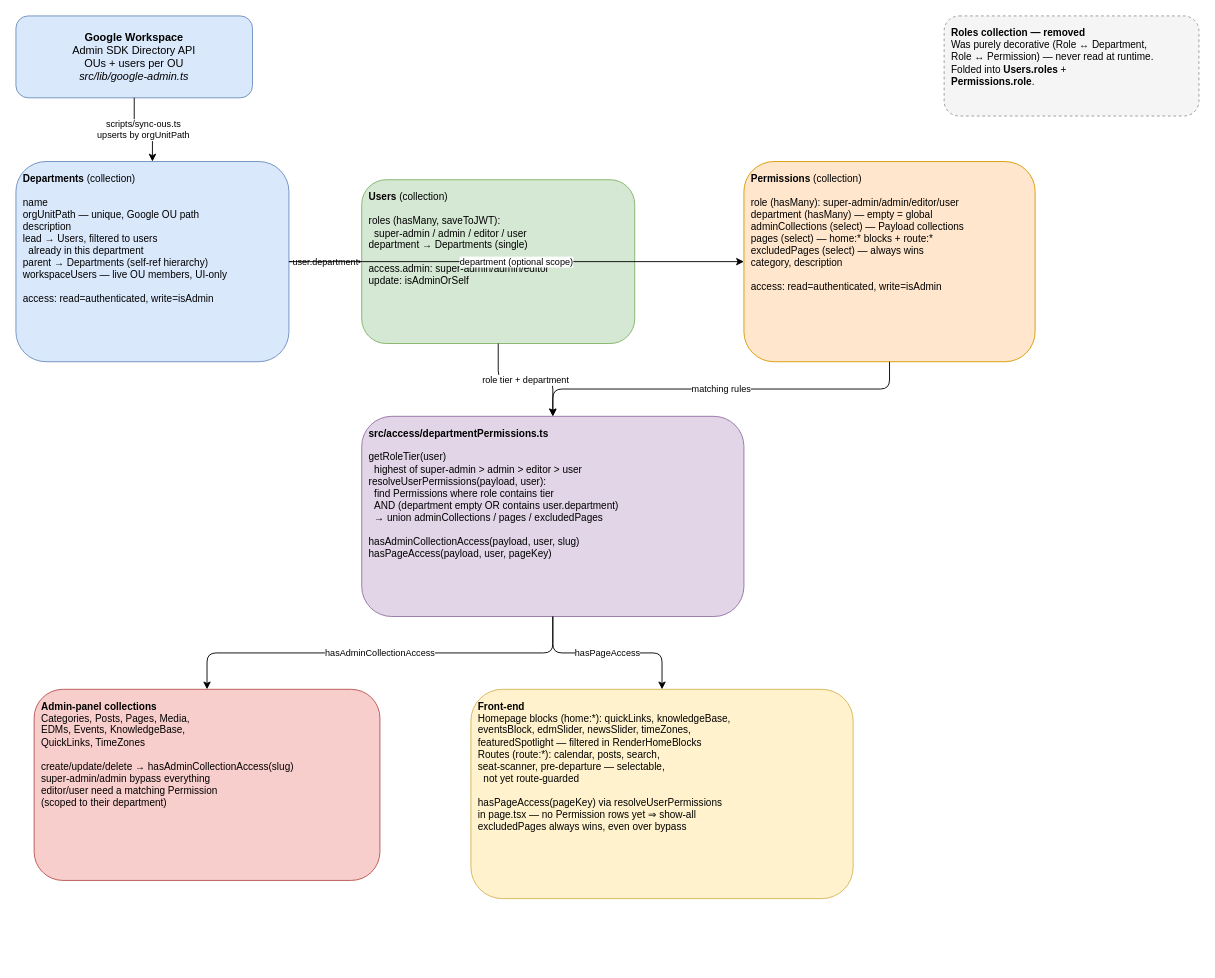
Before: page "OU / Departments / Permissions" (1 of 2) of Diagram/ou-departments-permissions.drawio in Sharingan-GGG/intranet, a draw.io diagram. Source tidied: cells renumbered, new cells numbered last; positions are measured from the earlier drawing's top-left corner, leaving out a move shared by most shapes. Both pictures are drawn from the tidied source at 91%, with x=0, y=0 at pixel (15, 15).
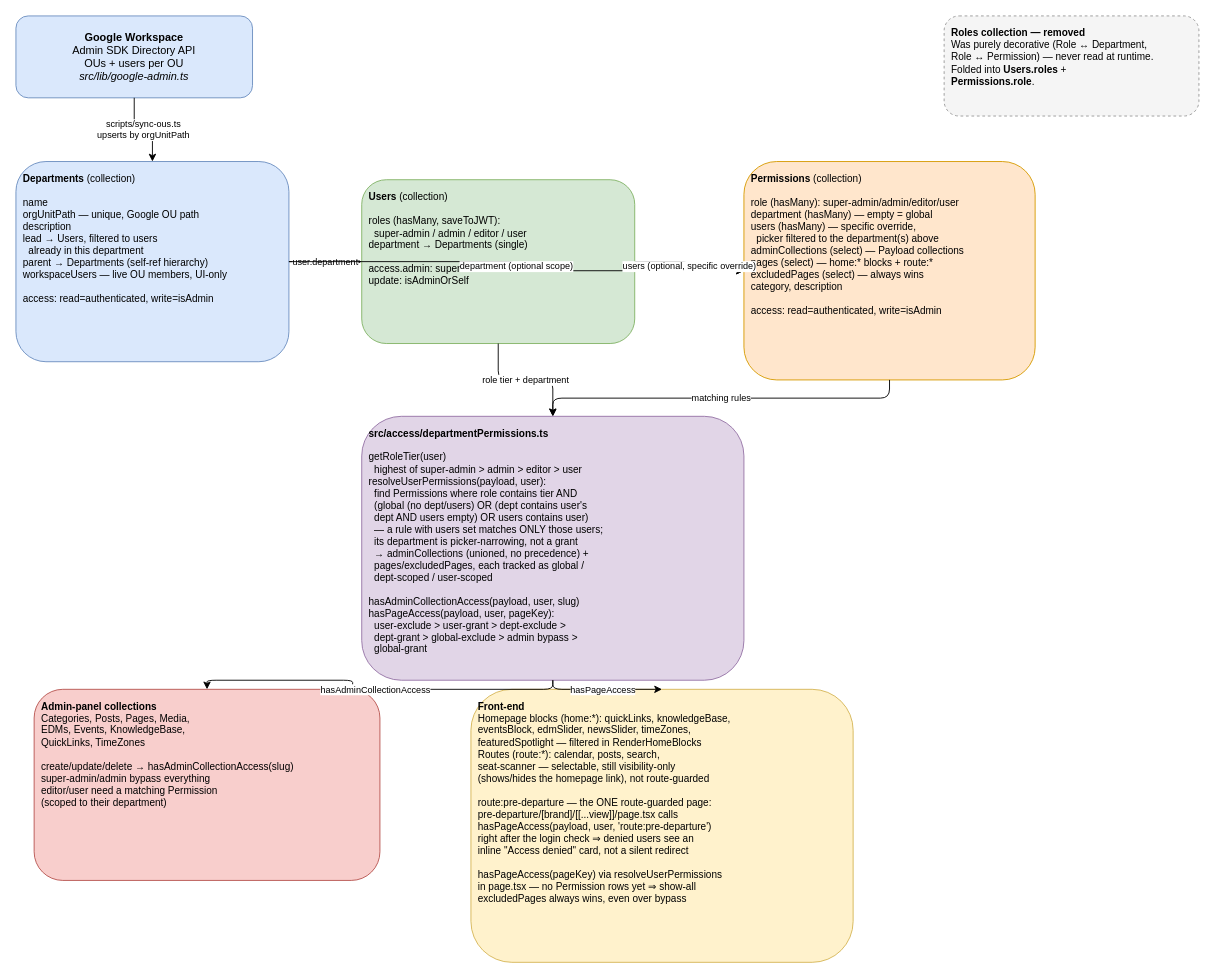
After the change.

Commit message (it also covers changes not shown here):
Fixed slow News/Calendar pages and pre-departure access control,  deployed to staging, and updated the permissions diagram to match.

Change to the diagram source:
```diff
@@
 <mxGraphModel>
   <root>
     <mxCell id="0" />
     <mxCell id="1" parent="0" />
     <mxCell id="2" value="&lt;b&gt;Google Workspace&lt;/b&gt;&lt;br&gt;Admin SDK Directory API&lt;br&gt;OUs + users per OU&lt;br&gt;&lt;i&gt;src/lib/google-admin.ts&lt;/i&gt;" style="rounded=1;whiteSpace=wrap;html=1;align=center;verticalAlign=middle;fillColor=#dae8fc;strokeColor=#6c8ebf;fontSize=12;" parent="1" vertex="1">
       <mxGeometry width="260" height="90" as="geometry" />
     </mxCell>
     <mxCell id="3" value="&lt;b&gt;Roles collection — removed&lt;/b&gt;&lt;br&gt;Was purely decorative (Role ↔ Department,&lt;br&gt;Role ↔ Permission) — never read at runtime.&lt;br&gt;Folded into &lt;b&gt;Users.roles&lt;/b&gt; +&lt;br&gt;&lt;b&gt;Permissions.role&lt;/b&gt;." style="rounded=1;whiteSpace=wrap;html=1;align=left;verticalAlign=top;spacing=8;fillColor=#f5f5f5;strokeColor=#999999;dashed=1;fontSize=11;" parent="1" vertex="1">
       <mxGeometry x="1020" width="280" height="110" as="geometry" />
     </mxCell>
     <mxCell id="4" value="&lt;b&gt;Departments&lt;/b&gt; (collection)&lt;br&gt;&lt;br&gt;name&lt;br&gt;orgUnitPath — unique, Google OU path&lt;br&gt;description&lt;br&gt;lead → Users, filtered to users&lt;br&gt;&amp;nbsp;&amp;nbsp;already in this department&lt;br&gt;parent → Departments (self-ref hierarchy)&lt;br&gt;workspaceUsers — live OU members, UI-only&lt;br&gt;&lt;br&gt;access: read=authenticated, write=isAdmin" style="rounded=1;whiteSpace=wrap;html=1;align=left;verticalAlign=top;spacing=8;fillColor=#dae8fc;strokeColor=#6c8ebf;fontSize=11;" parent="1" vertex="1">
       <mxGeometry y="160" width="300" height="220" as="geometry" />
     </mxCell>
     <mxCell id="5" value="&lt;b&gt;Users&lt;/b&gt; (collection)&lt;br&gt;&lt;br&gt;roles (hasMany, saveToJWT):&lt;br&gt;&amp;nbsp;&amp;nbsp;super-admin / admin / editor / user&lt;br&gt;department → Departments (single)&lt;br&gt;&lt;br&gt;access.admin: super-admin/admin/editor&lt;br&gt;update: isAdminOrSelf" style="rounded=1;whiteSpace=wrap;html=1;align=left;verticalAlign=top;spacing=8;fillColor=#d5e8d4;strokeColor=#82b366;fontSize=11;" parent="1" vertex="1">
       <mxGeometry x="380" y="180" width="300" height="180" as="geometry" />
     </mxCell>
-    <mxCell id="6" value="&lt;b&gt;Permissions&lt;/b&gt; (collection)&lt;br&gt;&lt;br&gt;role (hasMany): super-admin/admin/editor/user&lt;br&gt;department (hasMany) — empty = global&lt;br&gt;adminCollections (select) — Payload collections&lt;br&gt;pages (select) — home:* blocks + route:*&lt;br&gt;excludedPages (select) — always wins&lt;br&gt;category, description&lt;br&gt;&lt;br&gt;access: read=authenticated, write=isAdmin" style="rounded=1;whiteSpace=wrap;html=1;align=left;verticalAlign=top;spacing=8;fillColor=#ffe6cc;strokeColor=#d79b00;fontSize=11;" parent="1" vertex="1">
-      <mxGeometry x="800" y="160" width="320" height="220" as="geometry" />
+    <mxCell id="6" value="&lt;b&gt;Permissions&lt;/b&gt; (collection)&lt;br&gt;&lt;br&gt;role (hasMany): super-admin/admin/editor/user&lt;br&gt;department (hasMany) — empty = global&lt;br&gt;users (hasMany) — specific override,&lt;br&gt;&amp;nbsp;&amp;nbsp;picker filtered to the department(s) above&lt;br&gt;adminCollections (select) — Payload collections&lt;br&gt;pages (select) — home:* blocks + route:*&lt;br&gt;excludedPages (select) — always wins&lt;br&gt;category, description&lt;br&gt;&lt;br&gt;access: read=authenticated, write=isAdmin" style="rounded=1;whiteSpace=wrap;html=1;align=left;verticalAlign=top;spacing=8;fillColor=#ffe6cc;strokeColor=#d79b00;fontSize=11;" parent="1" vertex="1">
+      <mxGeometry x="800" y="160" width="320" height="240" as="geometry" />
     </mxCell>
-    <mxCell id="7" value="&lt;b&gt;src/access/departmentPermissions.ts&lt;/b&gt;&lt;br&gt;&lt;br&gt;getRoleTier(user)&lt;br&gt;&amp;nbsp;&amp;nbsp;highest of super-admin &amp;gt; admin &amp;gt; editor &amp;gt; user&lt;br&gt;resolveUserPermissions(payload, user):&lt;br&gt;&amp;nbsp;&amp;nbsp;find Permissions where role contains tier&lt;br&gt;&amp;nbsp;&amp;nbsp;AND (department empty OR contains user.department)&lt;br&gt;&amp;nbsp;&amp;nbsp;→ union adminCollections / pages / excludedPages&lt;br&gt;&lt;br&gt;hasAdminCollectionAccess(payload, user, slug)&lt;br&gt;hasPageAccess(payload, user, pageKey)" style="rounded=1;whiteSpace=wrap;html=1;align=left;verticalAlign=top;spacing=8;fillColor=#e1d5e7;strokeColor=#9673a6;fontSize=11;" parent="1" vertex="1">
-      <mxGeometry x="380" y="440" width="420" height="220" as="geometry" />
+    <mxCell id="7" value="&lt;b&gt;src/access/departmentPermissions.ts&lt;/b&gt;&lt;br&gt;&lt;br&gt;getRoleTier(user)&lt;br&gt;&amp;nbsp;&amp;nbsp;highest of super-admin &amp;gt; admin &amp;gt; editor &amp;gt; user&lt;br&gt;resolveUserPermissions(payload, user):&lt;br&gt;&amp;nbsp;&amp;nbsp;find Permissions where role contains tier AND&lt;br&gt;&amp;nbsp;&amp;nbsp;(global (no dept/users) OR (dept contains user's&lt;br&gt;&amp;nbsp;&amp;nbsp;dept AND users empty) OR users contains user)&lt;br&gt;&amp;nbsp;&amp;nbsp;— a rule with users set matches ONLY those users;&lt;br&gt;&amp;nbsp;&amp;nbsp;its department is picker-narrowing, not a grant&lt;br&gt;&amp;nbsp;&amp;nbsp;→ adminCollections (unioned, no precedence) +&lt;br&gt;&amp;nbsp;&amp;nbsp;pages/excludedPages, each tracked as global /&lt;br&gt;&amp;nbsp;&amp;nbsp;dept-scoped / user-scoped&lt;br&gt;&lt;br&gt;hasAdminCollectionAccess(payload, user, slug)&lt;br&gt;hasPageAccess(payload, user, pageKey):&lt;br&gt;&amp;nbsp;&amp;nbsp;user-exclude &amp;gt; user-grant &amp;gt; dept-exclude &amp;gt;&lt;br&gt;&amp;nbsp;&amp;nbsp;dept-grant &amp;gt; global-exclude &amp;gt; admin bypass &amp;gt;&lt;br&gt;&amp;nbsp;&amp;nbsp;global-grant" style="rounded=1;whiteSpace=wrap;html=1;align=left;verticalAlign=top;spacing=8;fillColor=#e1d5e7;strokeColor=#9673a6;fontSize=11;" parent="1" vertex="1">
+      <mxGeometry x="380" y="440" width="420" height="290" as="geometry" />
     </mxCell>
     <mxCell id="8" value="&lt;b&gt;Admin-panel collections&lt;/b&gt;&lt;br&gt;Categories, Posts, Pages, Media,&lt;br&gt;EDMs, Events, KnowledgeBase,&lt;br&gt;QuickLinks, TimeZones&lt;br&gt;&lt;br&gt;create/update/delete → hasAdminCollectionAccess(slug)&lt;br&gt;super-admin/admin bypass everything&lt;br&gt;editor/user need a matching Permission&lt;br&gt;(scoped to their department)" style="rounded=1;whiteSpace=wrap;html=1;align=left;verticalAlign=top;spacing=8;fillColor=#f8cecc;strokeColor=#b85450;fontSize=11;" parent="1" vertex="1">
       <mxGeometry x="20" y="740" width="380" height="210" as="geometry" />
     </mxCell>
-    <mxCell id="9" value="&lt;b&gt;Front-end&lt;/b&gt;&lt;br&gt;Homepage blocks (home:*): quickLinks, knowledgeBase,&lt;br&gt;eventsBlock, edmSlider, newsSlider, timeZones,&lt;br&gt;featuredSpotlight — filtered in RenderHomeBlocks&lt;br&gt;Routes (route:*): calendar, posts, search,&lt;br&gt;seat-scanner, pre-departure — selectable,&lt;br&gt;&amp;nbsp;&amp;nbsp;not yet route-guarded&lt;br&gt;&lt;br&gt;hasPageAccess(pageKey) via resolveUserPermissions&lt;br&gt;in page.tsx — no Permission rows yet ⇒ show-all&lt;br&gt;excludedPages always wins, even over bypass" style="rounded=1;whiteSpace=wrap;html=1;align=left;verticalAlign=top;spacing=8;fillColor=#fff2cc;strokeColor=#d6b656;fontSize=11;" parent="1" vertex="1">
-      <mxGeometry x="500" y="740" width="420" height="230" as="geometry" />
+    <mxCell id="9" value="&lt;b&gt;Front-end&lt;/b&gt;&lt;br&gt;Homepage blocks (home:*): quickLinks, knowledgeBase,&lt;br&gt;eventsBlock, edmSlider, newsSlider, timeZones,&lt;br&gt;featuredSpotlight — filtered in RenderHomeBlocks&lt;br&gt;Routes (route:*): calendar, posts, search,&lt;br&gt;seat-scanner — selectable, still visibility-only&lt;br&gt;(shows/hides the homepage link), not route-guarded&lt;br&gt;&lt;br&gt;route:pre-departure — the ONE route-guarded page:&lt;br&gt;pre-departure/[brand]/[[...view]]/page.tsx calls&lt;br&gt;hasPageAccess(payload, user, 'route:pre-departure')&lt;br&gt;right after the login check ⇒ denied users see an&lt;br&gt;inline &amp;quot;Access denied&amp;quot; card, not a silent redirect&lt;br&gt;&lt;br&gt;hasPageAccess(pageKey) via resolveUserPermissions&lt;br&gt;in page.tsx — no Permission rows yet ⇒ show-all&lt;br&gt;excludedPages always wins, even over bypass" style="rounded=1;whiteSpace=wrap;html=1;align=left;verticalAlign=top;spacing=8;fillColor=#fff2cc;strokeColor=#d6b656;fontSize=11;" parent="1" vertex="1">
+      <mxGeometry x="500" y="740" width="420" height="300" as="geometry" />
     </mxCell>
     <mxCell id="10" value="scripts/sync-ous.ts&lt;br&gt;upserts by orgUnitPath" style="edgeStyle=orthogonalEdgeStyle;rounded=1;html=1;fontSize=10;" parent="1" edge="1" source="2" target="4">
       <mxGeometry relative="1" as="geometry" />
     </mxCell>
     <mxCell id="11" value="user.department" style="edgeStyle=orthogonalEdgeStyle;rounded=1;html=1;fontSize=10;" parent="1" edge="1" source="4" target="5">
       <mxGeometry relative="1" as="geometry" />
     </mxCell>
     <mxCell id="12" value="department (optional scope)" style="edgeStyle=orthogonalEdgeStyle;rounded=1;html=1;fontSize=10;" parent="1" edge="1" source="4" target="6">
       <mxGeometry relative="1" as="geometry" />
     </mxCell>
     <mxCell id="13" value="role tier + department" style="edgeStyle=orthogonalEdgeStyle;rounded=1;html=1;fontSize=10;" parent="1" edge="1" source="5" target="7">
       <mxGeometry relative="1" as="geometry" />
     </mxCell>
+    <mxCell id="17" value="users (optional, specific override)" style="edgeStyle=orthogonalEdgeStyle;rounded=1;html=1;fontSize=10;" parent="1" edge="1" source="5" target="6">
+      <mxGeometry relative="1" as="geometry" />
+    </mxCell>
     <mxCell id="14" value="matching rules" style="edgeStyle=orthogonalEdgeStyle;rounded=1;html=1;fontSize=10;" parent="1" edge="1" source="6" target="7">
       <mxGeometry relative="1" as="geometry" />
     </mxCell>
     <mxCell id="15" value="hasAdminCollectionAccess" style="edgeStyle=orthogonalEdgeStyle;rounded=1;html=1;fontSize=10;" parent="1" edge="1" source="7" target="8">
       <mxGeometry relative="1" as="geometry" />
     </mxCell>
     <mxCell id="16" value="hasPageAccess" style="edgeStyle=orthogonalEdgeStyle;rounded=1;html=1;fontSize=10;" parent="1" edge="1" source="7" target="9">
       <mxGeometry relative="1" as="geometry" />
     </mxCell>
   </root>
 </mxGraphModel>
```
